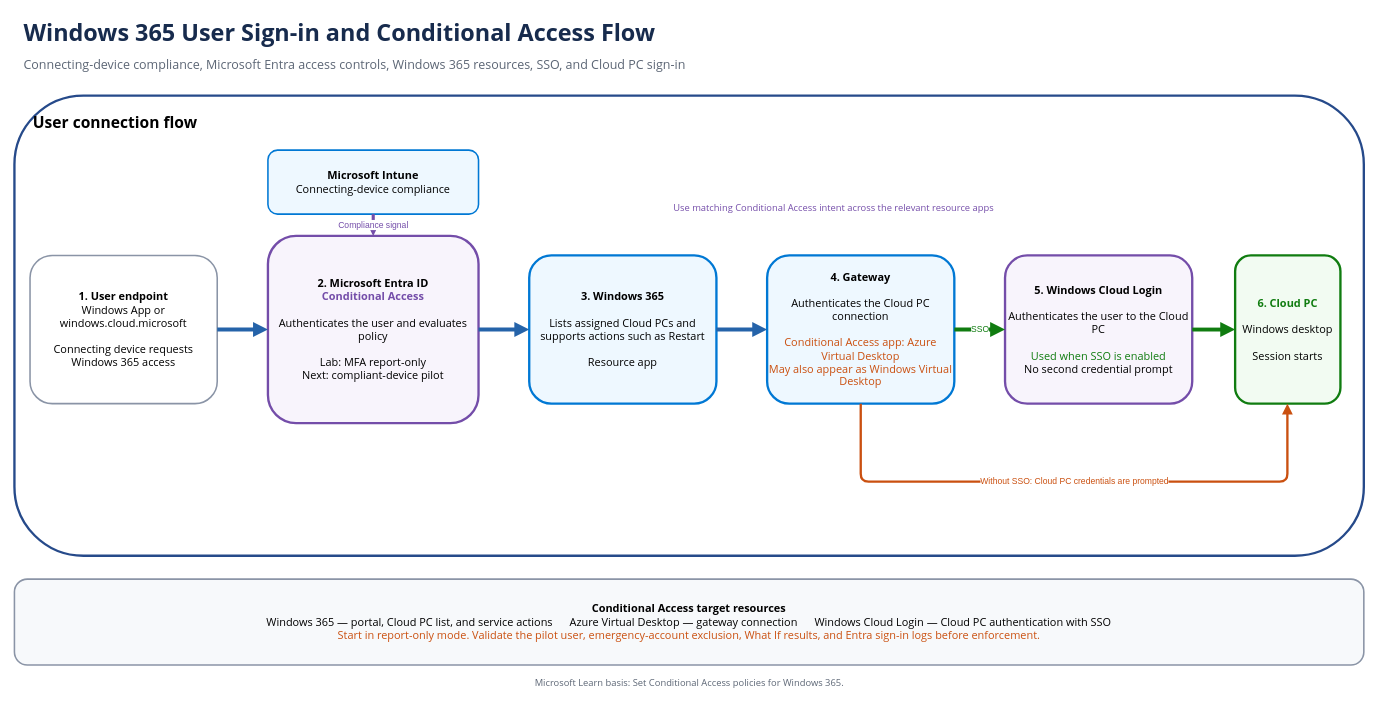
AddySidd27/Windows365-enterprise-engineering keeps this draw.io diagram as architecture/diagrams/source/05-identity-sso-conditional-access.drawio. Above is the earlier version. Source tidied: cells renumbered, new cells numbered last; positions are measured from the earlier drawing's top-left corner, leaving out a move shared by most shapes. Both pictures are drawn from the tidied source at 78%, with x=0, y=0 at pixel (14, 13).
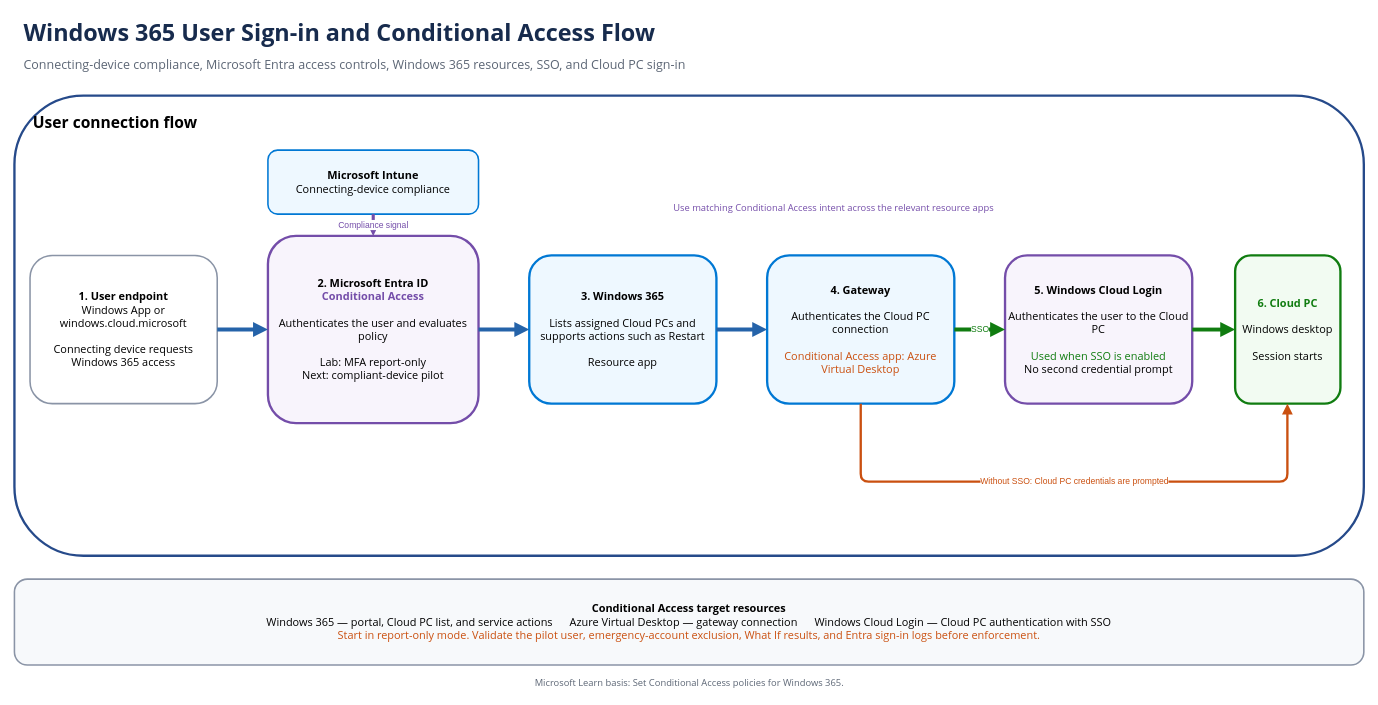
Above is the later version.

Commit message (it also covers changes not shown here):
Refine editable identity and lifecycle diagrams

The edit, as a diff of the source:
```diff
@@
-    <mxCell id="8" value="&lt;b&gt;4. Gateway&lt;/b&gt;&lt;br&gt;&lt;br&gt;Authenticates the Cloud PC connection&lt;br&gt;&lt;br&gt;&lt;font color='#CA5010'&gt;Conditional Access app: Azure Virtual Desktop&lt;br&gt;May also appear as Windows Virtual Desktop&lt;/font&gt;" style="rounded=1;whiteSpace=wrap;html=1;fontFamily=Segoe UI;fontSize=14;fillColor=#EEF8FF;strokeColor=#0078D4;strokeWidth=3;" parent="1" vertex="1">
+    <mxCell id="8" value="&lt;b&gt;4. Gateway&lt;/b&gt;&lt;br&gt;&lt;br&gt;Authenticates the Cloud PC connection&lt;br&gt;&lt;br&gt;&lt;font color='#CA5010'&gt;Conditional Access app: Azure Virtual Desktop&lt;/font&gt;" style="rounded=1;whiteSpace=wrap;html=1;fontFamily=Segoe UI;fontSize=14;fillColor=#EEF8FF;strokeColor=#0078D4;strokeWidth=3;" parent="1" vertex="1">
       <mxGeometry x="965" y="310" width="240" height="190" as="geometry" />
     </mxCell>
```
